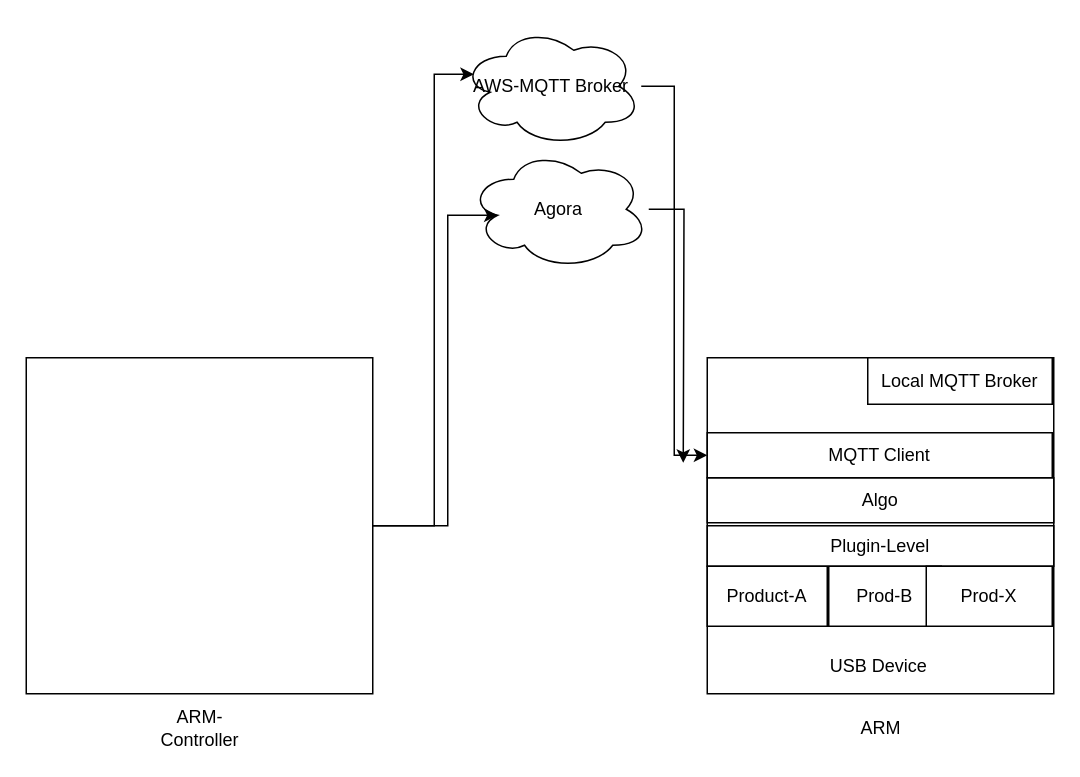
Earlier version of the draw.io diagram octoarm-dev-arch.drawio (Shenzhen-Ethan/uart-framework). Source tidied: cells renumbered, new cells numbered last; positions are measured from the earlier drawing's top-left corner, leaving out a move shared by most shapes. Both pictures are drawn from the tidied source at 150%, with x=0, y=0 at pixel (26, 26).
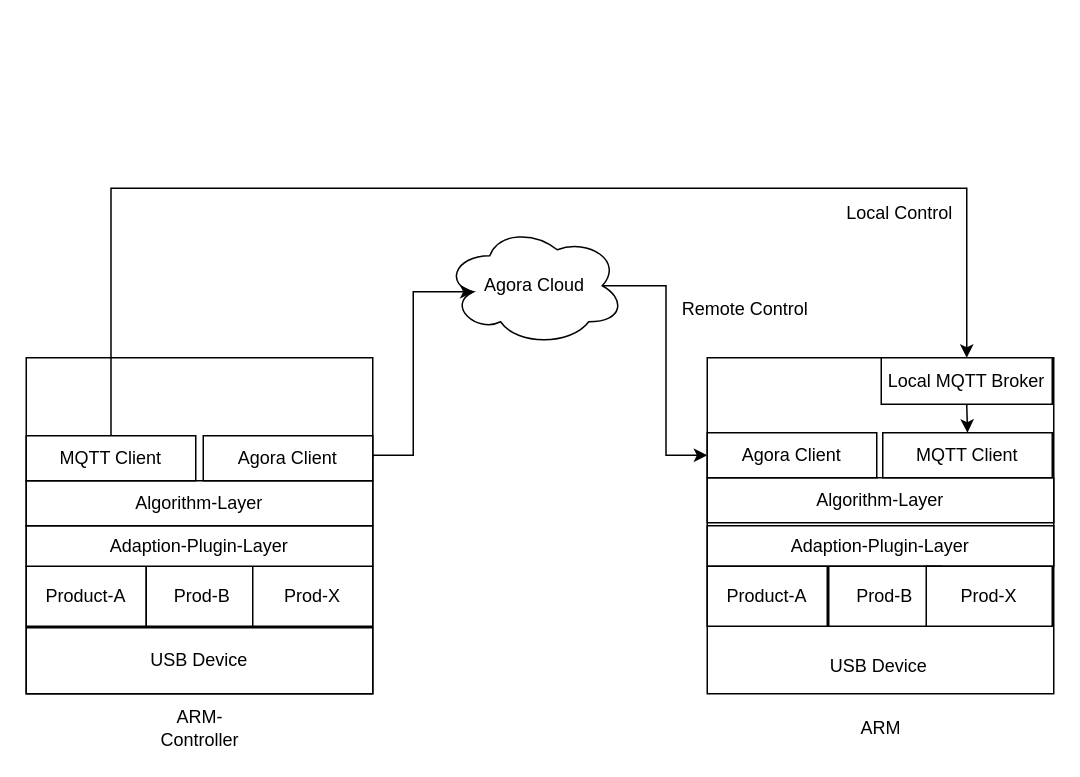
Above is the later version.

Unchanged cells that the change refers to:
```xml
<mxCell id="6" style="rounded=0;whiteSpace=wrap;html=1;" parent="1" vertex="1">
  <mxGeometry y="221" width="231" height="224" as="geometry" />
</mxCell>
```

The edit, as a diff of the source:
```diff
@@
-    <mxCell id="2" style="edgeStyle=orthogonalEdgeStyle;rounded=0;jettySize=auto;html=1;entryX=0;entryY=0.5;entryDx=0;entryDy=0;" parent="1" edge="1" source="3" target="16">
-      <mxGeometry relative="1" as="geometry" />
-    </mxCell>
-    <mxCell id="3" value="AWS-MQTT Broker" style="ellipse;shape=cloud;whiteSpace=wrap;html=1;" parent="1" vertex="1">
-      <mxGeometry x="290" width="120" height="80" as="geometry" />
-    </mxCell>
@@
+    <mxCell id="20" style="edgeStyle=orthogonalEdgeStyle;rounded=0;jettySize=auto;html=1;exitX=0.5;exitY=1;exitDx=0;exitDy=0;entryX=0.5;entryY=0;entryDx=0;entryDy=0;" parent="1" edge="1" source="8" target="16">
+      <mxGeometry relative="1" as="geometry" />
+    </mxCell>
     <mxCell id="8" value="Local MQTT Broker" style="rounded=0;whiteSpace=wrap;html=1;" parent="1" vertex="1">
-      <mxGeometry x="561" y="221" width="123" height="31" as="geometry" />
+      <mxGeometry x="570" y="221" width="114" height="31" as="geometry" />
     </mxCell>
-    <mxCell id="9" style="edgeStyle=orthogonalEdgeStyle;rounded=0;jettySize=auto;html=1;" parent="1" edge="1" source="10">
-      <mxGeometry relative="1" as="geometry">
-        <mxPoint x="438" y="291" as="targetPoint" />
-      </mxGeometry>
-    </mxCell>
+    <mxCell id="21" style="edgeStyle=orthogonalEdgeStyle;rounded=0;jettySize=auto;html=1;exitX=0.875;exitY=0.5;exitDx=0;exitDy=0;exitPerimeter=0;entryX=0;entryY=0.5;entryDx=0;entryDy=0;" parent="1" edge="1" source="10" target="31">
+      <mxGeometry relative="1" as="geometry" />
+    </mxCell>
-    <mxCell id="10" value="Agora" style="ellipse;shape=cloud;whiteSpace=wrap;html=1;" parent="1" vertex="1">
-      <mxGeometry x="295" y="82" width="120" height="80" as="geometry" />
+    <mxCell id="10" value="Agora Cloud" style="ellipse;shape=cloud;whiteSpace=wrap;html=1;" parent="1" vertex="1">
+      <mxGeometry x="279" y="133" width="120" height="80" as="geometry" />
     </mxCell>
-    <mxCell id="11" value="Plugin-Level" style="rounded=0;whiteSpace=wrap;html=1;" parent="1" vertex="1">
+    <mxCell id="11" value="Adaption-Plugin-Layer" style="rounded=0;whiteSpace=wrap;html=1;" parent="1" vertex="1">
       <mxGeometry x="454" y="333" width="231" height="27" as="geometry" />
     </mxCell>
-    <mxCell id="12" value="Algo" style="rounded=0;whiteSpace=wrap;html=1;" parent="1" vertex="1">
+    <mxCell id="12" value="Algorithm-Layer" style="rounded=0;whiteSpace=wrap;html=1;" parent="1" vertex="1">
       <mxGeometry x="454" y="301" width="231" height="30" as="geometry" />
     </mxCell>
@@
     <mxCell id="16" value="MQTT Client" style="rounded=0;whiteSpace=wrap;html=1;" parent="1" vertex="1">
-      <mxGeometry x="454" y="271" width="230" height="30" as="geometry" />
+      <mxGeometry x="571" y="271" width="113" height="30" as="geometry" />
     </mxCell>
-    <mxCell id="17" style="edgeStyle=orthogonalEdgeStyle;rounded=0;jettySize=auto;html=1;entryX=0.07;entryY=0.4;entryDx=0;entryDy=0;entryPerimeter=0;" parent="1" edge="1" source="6" target="3">
-      <mxGeometry relative="1" as="geometry">
-        <Array as="points">
-          <mxPoint x="272" y="333" />
-          <mxPoint x="272" y="32" />
-        </Array>
-      </mxGeometry>
-    </mxCell>
-    <mxCell id="18" style="edgeStyle=orthogonalEdgeStyle;rounded=0;jettySize=auto;html=1;entryX=0.16;entryY=0.55;entryDx=0;entryDy=0;entryPerimeter=0;" parent="1" edge="1" source="6" target="10">
-      <mxGeometry relative="1" as="geometry">
-        <Array as="points">
-          <mxPoint x="281" y="333" />
-          <mxPoint x="281" y="126" />
-        </Array>
-      </mxGeometry>
-    </mxCell>
@@
+    <mxCell id="22" value="USB Device" style="rounded=0;whiteSpace=wrap;html=1;" parent="1" vertex="1">
+      <mxGeometry y="401" width="231" height="44" as="geometry" />
+    </mxCell>
+    <mxCell id="23" value="Product-A" style="rounded=0;whiteSpace=wrap;html=1;" parent="1" vertex="1">
+      <mxGeometry y="360" width="80" height="40" as="geometry" />
+    </mxCell>
+    <mxCell id="24" value="Prod-B" style="rounded=0;whiteSpace=wrap;html=1;" parent="1" vertex="1">
+      <mxGeometry x="80" y="360" width="75" height="40" as="geometry" />
+    </mxCell>
+    <mxCell id="25" value="Prod-X" style="rounded=0;whiteSpace=wrap;html=1;" parent="1" vertex="1">
+      <mxGeometry x="151" y="360" width="80" height="40" as="geometry" />
+    </mxCell>
+    <mxCell id="26" value="Adaption-Plugin-Layer" style="rounded=0;whiteSpace=wrap;html=1;" parent="1" vertex="1">
+      <mxGeometry y="333" width="231" height="27" as="geometry" />
+    </mxCell>
+    <mxCell id="27" value="Algorithm-Layer" style="rounded=0;whiteSpace=wrap;html=1;" parent="1" vertex="1">
+      <mxGeometry y="303" width="231" height="30" as="geometry" />
+    </mxCell>
+    <mxCell id="28" style="edgeStyle=orthogonalEdgeStyle;rounded=0;jettySize=auto;html=1;exitX=0.5;exitY=0;exitDx=0;exitDy=0;entryX=0.5;entryY=0;entryDx=0;entryDy=0;" parent="1" edge="1" source="29" target="8">
+      <mxGeometry relative="1" as="geometry">
+        <Array as="points">
+          <mxPoint x="57" y="108" />
+          <mxPoint x="627" y="108" />
+        </Array>
+      </mxGeometry>
+    </mxCell>
+    <mxCell id="29" value="MQTT Client" style="rounded=0;whiteSpace=wrap;html=1;" parent="1" vertex="1">
+      <mxGeometry y="273" width="113" height="30" as="geometry" />
+    </mxCell>
+    <mxCell id="30" value="Agora Client" style="rounded=0;whiteSpace=wrap;html=1;" parent="1" vertex="1">
+      <mxGeometry x="118" y="273" width="113" height="30" as="geometry" />
+    </mxCell>
+    <mxCell id="31" value="Agora Client" style="rounded=0;whiteSpace=wrap;html=1;" parent="1" vertex="1">
+      <mxGeometry x="454" y="271" width="113" height="30" as="geometry" />
+    </mxCell>
+    <mxCell id="32" style="edgeStyle=orthogonalEdgeStyle;rounded=0;jettySize=auto;html=1;exitX=1;exitY=0.5;exitDx=0;exitDy=0;entryX=0.16;entryY=0.55;entryDx=0;entryDy=0;entryPerimeter=0;" parent="1" edge="1" source="30" target="10">
+      <mxGeometry relative="1" as="geometry">
+        <Array as="points">
+          <mxPoint x="258" y="286" />
+          <mxPoint x="258" y="177" />
+        </Array>
+      </mxGeometry>
+    </mxCell>
+    <mxCell id="33" value="Remote Control" style="text;html=1;align=center;verticalAlign=middle;whiteSpace=wrap;rounded=0;" parent="1" vertex="1">
+      <mxGeometry x="427" y="174" width="105" height="30" as="geometry" />
+    </mxCell>
+    <mxCell id="34" value="Local Control" style="text;html=1;align=center;verticalAlign=middle;whiteSpace=wrap;rounded=0;" parent="1" vertex="1">
+      <mxGeometry x="530" y="110" width="105" height="30" as="geometry" />
+    </mxCell>
```
